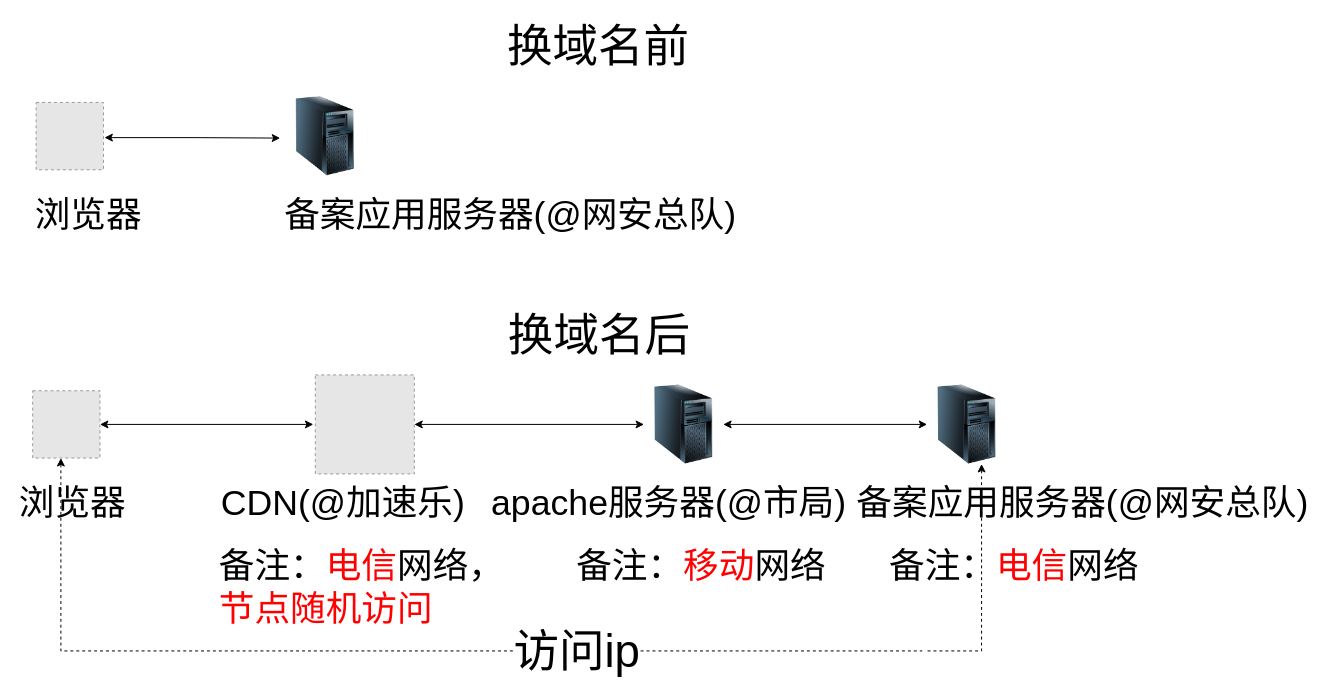
This is 未命名表单.drawio from wilburli/draw, a draw.io file, before an edit. Source tidied: cells renumbered, new cells numbered last; positions are measured from the earlier drawing's top-left corner, leaving out a move shared by most shapes. Both pictures are drawn from the tidied source at 99%, with x=0, y=0 at pixel (17, 17). Pictures stored in the file or linked from it are replaced by grey dashed boxes.
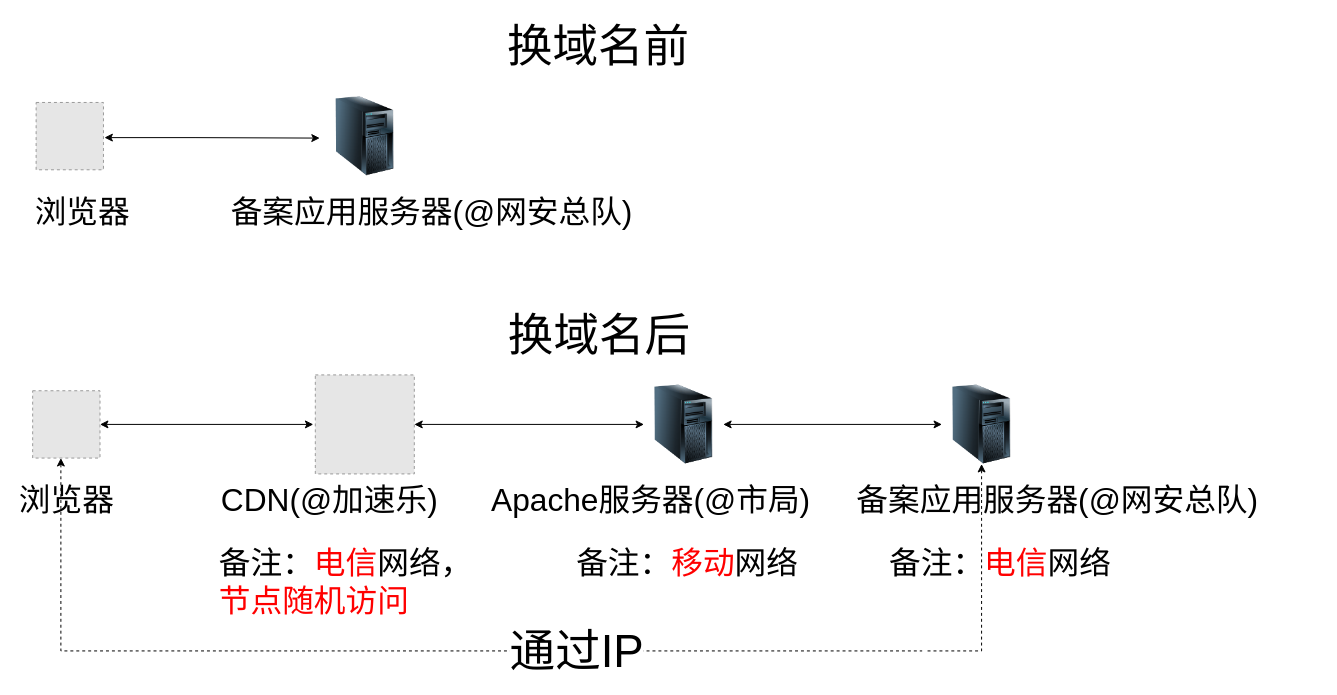
Above is the later version.

Commit message:
更新未命名表单.drawio

Unchanged cells that the change refers to:
```xml
<mxCell id="13" style="edgeStyle=elbowEdgeStyle;rounded=0;jettySize=auto;html=1;startArrow=classic;startFill=1;fontSize=46;endArrow=none;endFill=0;dashed=1;" parent="1" edge="1" source="15">
  <mxGeometry relative="1" as="geometry">
    <mxPoint x="914" y="640" as="targetPoint" />
    <Array as="points">
      <mxPoint x="44" y="660" />
      <mxPoint x="934" y="640" />
      <mxPoint x="964" y="690" />
    </Array>
  </mxGeometry>
</mxCell>
```

Diff of the diagram source:
```diff
@@
-    <mxCell id="4" value="apache服务器(@市局)" style="text;html=1;align=left;verticalAlign=top;spacingTop=-4;fontSize=36;" parent="1" vertex="1">
-      <mxGeometry x="476.5" y="466.2" width="370" height="40" as="geometry" />
+    <mxCell id="4" value="Apache服务器(@市局)" style="text;html=1;align=left;verticalAlign=top;spacingTop=-4;fontSize=32;" parent="1" vertex="1">
+      <mxGeometry x="476.5" y="466.2" width="380" height="40" as="geometry" />
     </mxCell>
@@
     <mxCell id="6" style="image;html=1;labelBackgroundColor=#ffffff;image=img/lib/clip_art/computers/Server_Tower_128x128.png;" parent="1" vertex="1">
-      <mxGeometry x="919" y="371.2" width="80" height="80" as="geometry" />
+      <mxGeometry x="934" y="371.2" width="80" height="80" as="geometry" />
     </mxCell>
-    <mxCell id="7" value="备案应用服务器(@网安总队)" style="text;html=1;align=left;verticalAlign=top;spacingTop=-4;fontSize=36;" parent="1" vertex="1">
+    <mxCell id="7" value="备案应用服务器(@网安总队)" style="text;html=1;align=left;verticalAlign=top;spacingTop=-4;fontSize=32;" parent="1" vertex="1">
       <mxGeometry x="846" y="466.2" width="470" height="40" as="geometry" />
     </mxCell>
@@
     <mxCell id="9" style="image;html=1;labelBackgroundColor=#ffffff;image=img/lib/clip_art/computers/Server_Tower_128x128.png;" parent="1" vertex="1">
-      <mxGeometry x="271" y="80" width="80" height="80" as="geometry" />
+      <mxGeometry x="311" y="80" width="80" height="80" as="geometry" />
     </mxCell>
-    <mxCell id="10" value="备案应用服务器(@网安总队)" style="text;html=1;align=left;verticalAlign=top;spacingTop=-4;fontSize=36;" parent="1" vertex="1">
-      <mxGeometry x="267.5" y="175" width="470" height="40" as="geometry" />
+    <mxCell id="10" value="备案应用服务器(@网安总队)" style="text;html=1;align=left;verticalAlign=top;spacingTop=-4;fontSize=32;" parent="1" vertex="1">
+      <mxGeometry x="214" y="175" width="470" height="40" as="geometry" />
     </mxCell>
@@
-    <mxCell id="14" value="访问ip" style="text;html=1;align=center;verticalAlign=middle;labelBackgroundColor=#ffffff;fontSize=46;" parent="13" vertex="1">
+    <mxCell id="14" value="通过IP" style="text;html=1;align=center;verticalAlign=middle;labelBackgroundColor=#ffffff;fontSize=46;" parent="13" vertex="1">
       <mxGeometry x="0.2" relative="1" as="geometry">
         <mxPoint x="76" as="offset" />
       </mxGeometry>
     </mxCell>
@@
-    <mxCell id="17" value="浏览器" style="text;html=1;align=left;verticalAlign=top;spacingTop=-4;fontSize=36;" parent="1" vertex="1">
+    <mxCell id="17" value="浏览器" style="text;html=1;align=left;verticalAlign=top;spacingTop=-4;fontSize=32;" parent="1" vertex="1">
       <mxGeometry x="-0.5" y="466.2" width="50" height="20" as="geometry" />
     </mxCell>
-    <mxCell id="18" value="浏览器" style="text;html=1;align=left;verticalAlign=top;spacingTop=-4;fontSize=36;" parent="1" vertex="1">
+    <mxCell id="18" value="浏览器" style="text;html=1;align=left;verticalAlign=top;spacingTop=-4;fontSize=32;" parent="1" vertex="1">
       <mxGeometry x="15.5" y="175" width="50" height="20" as="geometry" />
     </mxCell>
@@
-    <mxCell id="22" value="CDN(@加速乐)" style="text;html=1;align=left;verticalAlign=top;spacingTop=-4;fontSize=36;" parent="1" vertex="1">
+    <mxCell id="22" value="CDN(@加速乐)" style="text;html=1;align=left;verticalAlign=top;spacingTop=-4;fontSize=32;" parent="1" vertex="1">
       <mxGeometry x="204" y="466.2" width="260" height="40" as="geometry" />
     </mxCell>
-    <mxCell id="23" value="备注：&lt;font color=&quot;#ff0000&quot;&gt;电信&lt;/font&gt;网络，&lt;br&gt;&lt;font color=&quot;#ff0000&quot;&gt;节点随机访问&lt;/font&gt;" style="text;html=1;align=left;verticalAlign=top;spacingTop=-4;fontSize=36;" parent="1" vertex="1">
+    <mxCell id="23" value="备注：&lt;font color=&quot;#ff0000&quot; style=&quot;font-size: 32px;&quot;&gt;电信&lt;/font&gt;网络，&lt;br style=&quot;font-size: 32px;&quot;&gt;&lt;font color=&quot;#ff0000&quot; style=&quot;font-size: 32px;&quot;&gt;节点随机访问&lt;/font&gt;" style="text;html=1;align=left;verticalAlign=top;spacingTop=-4;fontSize=32;" parent="1" vertex="1">
       <mxGeometry x="201.5" y="530.2" width="300" height="90" as="geometry" />
     </mxCell>
-    <mxCell id="24" value="备注：&lt;font color=&quot;#ff0000&quot;&gt;移动&lt;/font&gt;网络" style="text;html=1;align=left;verticalAlign=top;spacingTop=-4;fontSize=36;" parent="1" vertex="1">
+    <mxCell id="24" value="备注：&lt;font color=&quot;#ff0000&quot; style=&quot;font-size: 32px;&quot;&gt;移动&lt;/font&gt;网络" style="text;html=1;align=left;verticalAlign=top;spacingTop=-4;fontSize=32;" parent="1" vertex="1">
       <mxGeometry x="563" y="530.2" width="270" height="40" as="geometry" />
     </mxCell>
-    <mxCell id="25" value="备注：&lt;font color=&quot;#ff0000&quot;&gt;电信&lt;/font&gt;网络" style="text;html=1;align=left;verticalAlign=top;spacingTop=-4;fontSize=36;" parent="1" vertex="1">
+    <mxCell id="25" value="备注：&lt;font color=&quot;#ff0000&quot; style=&quot;font-size: 32px;&quot;&gt;电信&lt;/font&gt;网络" style="text;html=1;align=left;verticalAlign=top;spacingTop=-4;fontSize=32;" parent="1" vertex="1">
       <mxGeometry x="879" y="530.2" width="270" height="40" as="geometry" />
     </mxCell>
```
